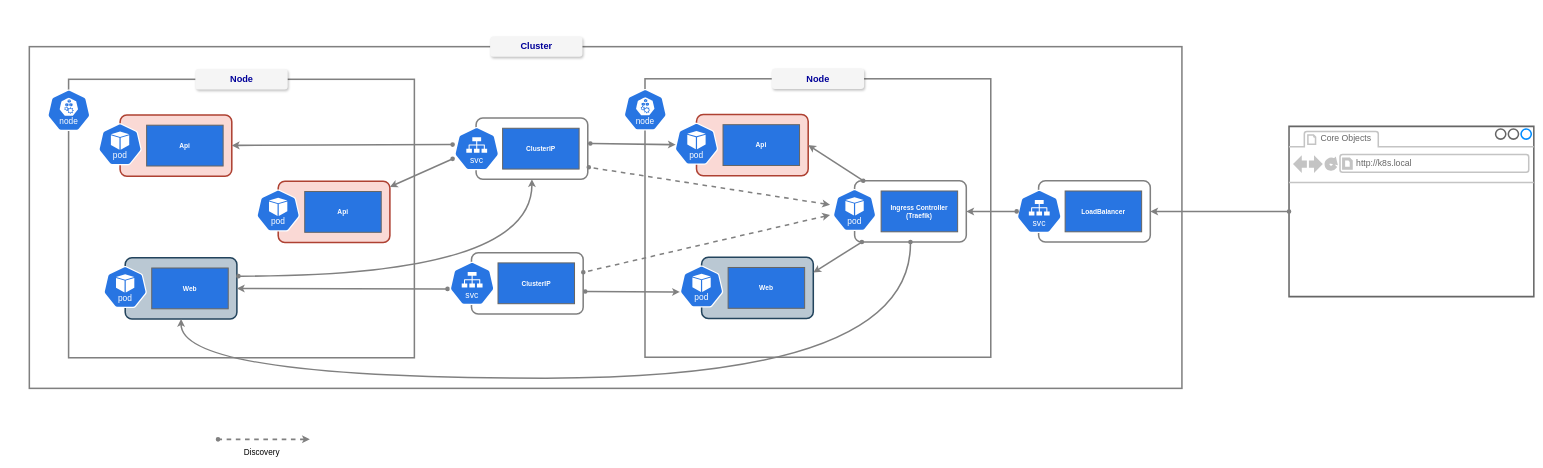
This is page "Data Plane" (6 of 8) of 3-kubernetes/labs/1-core objects/core objects.drawio from k8sforum/intro-to-k8s, a draw.io file, before an edit. Source tidied: cells renumbered, new cells numbered last; positions are measured from the earlier drawing's top-left corner, leaving out a move shared by most shapes. Both pictures are drawn from the tidied source at 51%, with x=0, y=0 at pixel (29, 36).
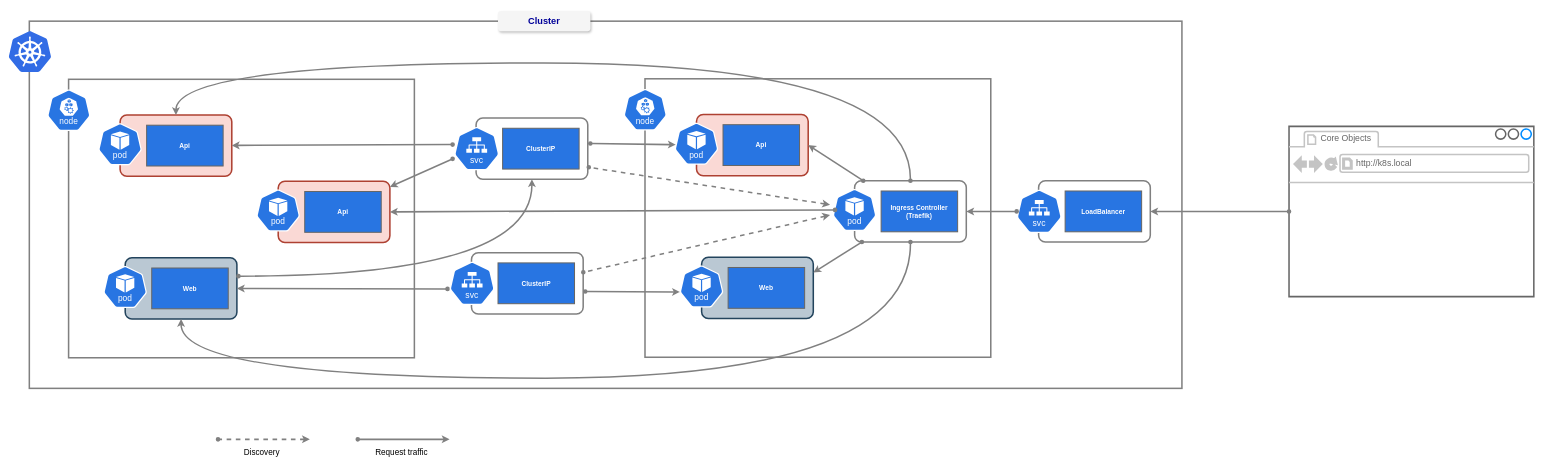
The same page after the edit.

Unchanged cells that the change refers to:
```xml
<mxCell id="11" style="rounded=1;whiteSpace=wrap;html=1;shadow=0;comic=0;strokeWidth=3;fontFamily=Verdana;fontSize=28;align=center;arcSize=11;verticalAlign=top;strokeColor=#ae4132;fillColor=#fad9d5;" parent="10" vertex="1">
  <mxGeometry x="43" width="219" height="120" as="geometry" />
</mxCell>
<mxCell id="15" style="rounded=1;whiteSpace=wrap;html=1;shadow=0;comic=0;strokeWidth=3;fontFamily=Verdana;fontSize=28;align=center;arcSize=11;verticalAlign=top;strokeColor=#ae4132;fillColor=#fad9d5;" parent="14" vertex="1">
  <mxGeometry x="43" width="219" height="120" as="geometry" />
</mxCell>
<mxCell id="30" style="rounded=1;whiteSpace=wrap;html=1;shadow=0;comic=0;strokeWidth=3;fontFamily=Verdana;fontSize=28;align=center;arcSize=11;verticalAlign=top;strokeColor=#808080;" parent="29" vertex="1">
  <mxGeometry x="43" width="219" height="120" as="geometry" />
</mxCell>
<mxCell id="32" style="sketch=0;html=1;dashed=0;whitespace=wrap;verticalLabelPosition=bottom;verticalAlign=top;fillColor=#2875E2;strokeColor=#ffffff;points=[[0.005,0.63,0],[0.1,0.2,0],[0.9,0.2,0],[0.5,0,0],[0.995,0.63,0],[0.72,0.99,0],[0.5,1,0],[0.28,0.99,0]];shape=mxgraph.kubernetes.icon2;kubernetesLabel=1;prIcon=pod;" parent="29" vertex="1">
  <mxGeometry y="16" width="85.8" height="82.4" as="geometry" />
</mxCell>
```

Diff of the diagram source:
```diff
@@
     <mxCell id="2" style="rounded=0;whiteSpace=wrap;html=1;strokeWidth=3;strokeColor=#808080;" parent="1" vertex="1">
-      <mxGeometry y="20" width="2260" height="670" as="geometry" />
+      <mxGeometry y="-30" width="2260" height="720" as="geometry" />
     </mxCell>
@@
-    <mxCell id="9" value="&lt;font style=&quot;font-size: 18px;&quot;&gt;&lt;span style=&quot;color: light-dark(rgb(0, 0, 153), rgb(218, 218, 255));&quot;&gt;&lt;b style=&quot;&quot;&gt;Node&lt;/b&gt;&lt;/span&gt;&lt;/font&gt;" style="text;html=1;whiteSpace=wrap;strokeColor=none;fillColor=#f5f5f5;align=center;verticalAlign=middle;rounded=1;fontColor=#333333;shadow=1;strokeWidth=3;" parent="1" vertex="1">
-      <mxGeometry x="325.5" y="64" width="181.1" height="40" as="geometry" />
-    </mxCell>
@@
-    <mxCell id="24" value="&lt;font style=&quot;font-size: 18px;&quot;&gt;&lt;span style=&quot;color: light-dark(rgb(0, 0, 153), rgb(218, 218, 255));&quot;&gt;&lt;b style=&quot;&quot;&gt;Node&lt;/b&gt;&lt;/span&gt;&lt;/font&gt;" style="text;html=1;whiteSpace=wrap;strokeColor=none;fillColor=#f5f5f5;align=center;verticalAlign=middle;rounded=1;fontColor=#333333;shadow=1;strokeWidth=3;" parent="1" vertex="1">
-      <mxGeometry x="1455.7" y="63" width="181.1" height="40" as="geometry" />
-    </mxCell>
@@
     <mxCell id="52" value="&lt;font style=&quot;font-size: 18px;&quot;&gt;&lt;span style=&quot;color: light-dark(rgb(0, 0, 153), rgb(218, 218, 255));&quot;&gt;&lt;b style=&quot;&quot;&gt;Cluster&lt;/b&gt;&lt;/span&gt;&lt;/font&gt;" style="text;html=1;whiteSpace=wrap;strokeColor=none;fillColor=#f5f5f5;align=center;verticalAlign=middle;rounded=1;fontColor=#333333;shadow=1;strokeWidth=3;" parent="1" vertex="1">
-      <mxGeometry x="903.5" width="181.1" height="40" as="geometry" />
+      <mxGeometry x="919" y="-50" width="181.1" height="40" as="geometry" />
     </mxCell>
@@
+    <mxCell id="64" style="rounded=0;jettySize=auto;html=1;entryX=1;entryY=0.5;entryDx=0;entryDy=0;strokeWidth=3;strokeColor=#808080;startArrow=oval;startFill=1;exitX=0.054;exitY=0.498;exitDx=0;exitDy=0;exitPerimeter=0;" parent="1" edge="1" source="32" target="15">
+      <mxGeometry relative="1" as="geometry" />
+    </mxCell>
+    <mxCell id="65" style="edgeStyle=orthogonalEdgeStyle;rounded=0;jettySize=auto;html=1;exitX=0.5;exitY=0;exitDx=0;exitDy=0;entryX=0.5;entryY=0;entryDx=0;entryDy=0;curved=1;strokeWidth=3;strokeColor=#808080;startArrow=oval;startFill=1;" parent="1" edge="1" source="30" target="11">
+      <mxGeometry relative="1" as="geometry">
+        <Array as="points">
+          <mxPoint x="1727.8" y="52" />
+          <mxPoint x="287.5" y="52" />
+        </Array>
+      </mxGeometry>
+    </mxCell>
+    <mxCell id="66" style="rounded=0;orthogonalLoop=1;jettySize=auto;html=1;strokeWidth=3;strokeColor=#808080;startArrow=classic;startFill=1;endArrow=oval;endFill=1;" parent="1" edge="1">
+      <mxGeometry relative="1" as="geometry">
+        <mxPoint x="824" y="790" as="sourcePoint" />
+        <mxPoint x="644" y="790" as="targetPoint" />
+      </mxGeometry>
+    </mxCell>
+    <mxCell id="67" value="&lt;font style=&quot;font-size: 16px;&quot;&gt;Request traffic&lt;/font&gt;" style="text;html=1;whiteSpace=wrap;strokeColor=none;fillColor=none;align=center;verticalAlign=middle;rounded=0;" parent="1" vertex="1">
+      <mxGeometry x="664" y="800" width="132" height="30" as="geometry" />
+    </mxCell>
+    <mxCell id="68" style="image;html=1;align=center;fontSize=12;image=img/lib/mscae/Kubernetes.svg;" parent="1" vertex="1">
+      <mxGeometry x="-40" y="-10" width="83.3" height="80" as="geometry" />
+    </mxCell>
```
